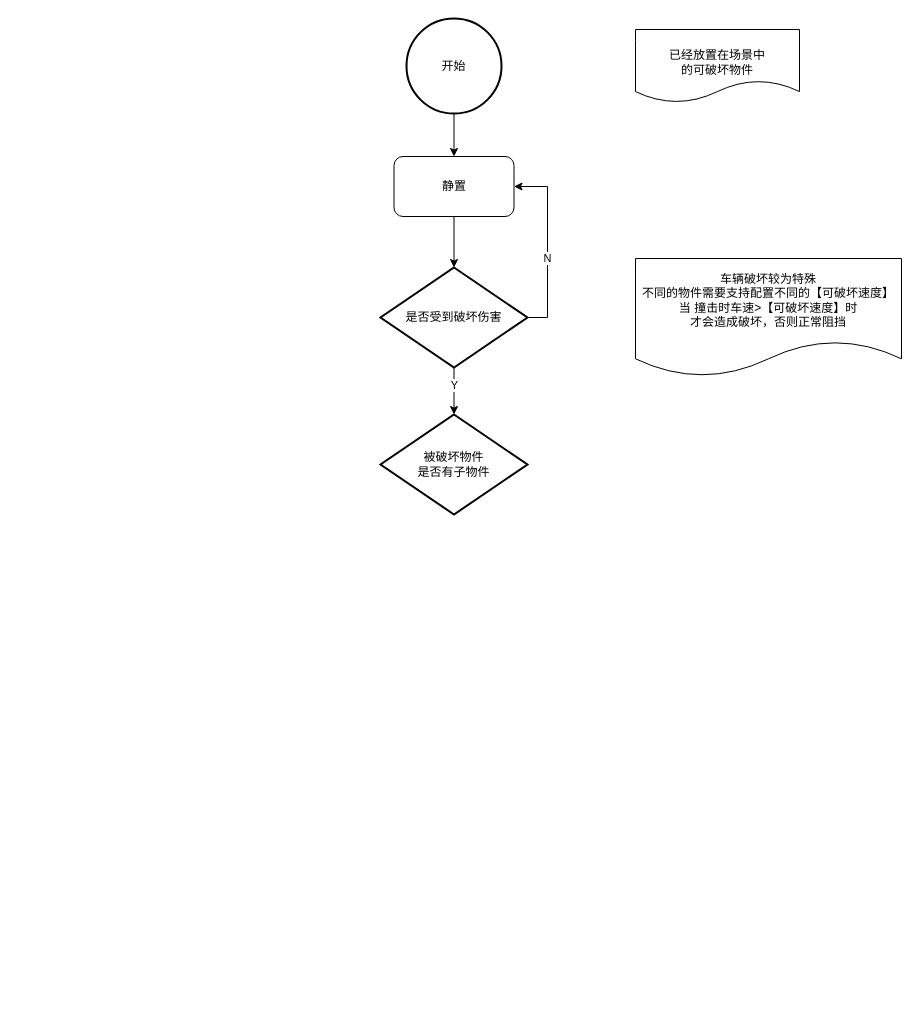
The draw.io diagram 路边可破坏物件.drawio in LittleTrain0321/15150400109Wy, before the edit. Source tidied: cells renumbered, new cells numbered last; positions are measured from the earlier drawing's top-left corner, leaving out a move shared by most shapes. Both pictures are drawn from the tidied source at 100%, with x=0, y=0 at pixel (380, 18).
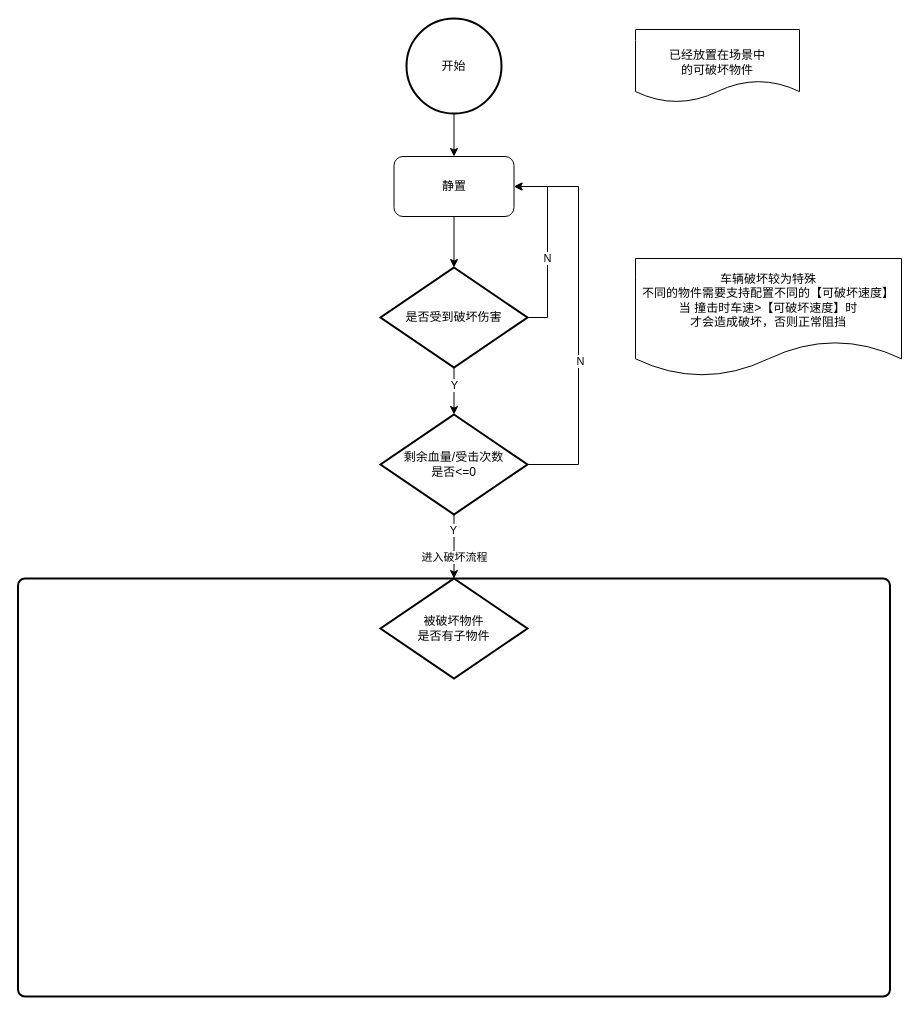
The same page after the edit.

Commit message:
更新路边可破坏物件.drawio

The change refers to these unchanged cells:
```xml
<mxCell id="7" value="静置" style="rounded=1;whiteSpace=wrap;html=1;" parent="1" vertex="1">
  <mxGeometry x="13.5" y="138" width="120" height="60" as="geometry" />
</mxCell>
```

The edit, as a diff of the source:
```diff
@@
+    <mxCell id="15" style="rounded=1;whiteSpace=wrap;html=1;absoluteArcSize=1;arcSize=14;strokeWidth=2;" parent="1" vertex="1">
+      <mxGeometry x="-362.5" y="560" width="872" height="418" as="geometry" />
+    </mxCell>
@@
+    <mxCell id="16" style="edgeStyle=orthogonalEdgeStyle;rounded=0;jettySize=auto;html=1;exitX=0.5;exitY=1;exitDx=0;exitDy=0;exitPerimeter=0;entryX=0.5;entryY=0;entryDx=0;entryDy=0;" parent="1" edge="1" source="12" target="15">
+      <mxGeometry relative="1" as="geometry" />
+    </mxCell>
+    <mxCell id="17" value="进入破坏流程" style="edgeLabel;html=1;align=center;verticalAlign=middle;" parent="16" vertex="1">
+      <mxGeometry x="-0.16" y="-1" relative="1" as="geometry">
+        <mxPoint x="1" y="15" as="offset" />
+      </mxGeometry>
+    </mxCell>
+    <mxCell id="18" value="Y" style="edgeLabel;html=1;align=center;verticalAlign=middle;" parent="16" vertex="1">
+      <mxGeometry x="-0.52" y="-1" relative="1" as="geometry" />
+    </mxCell>
+    <mxCell id="19" style="edgeStyle=orthogonalEdgeStyle;rounded=0;jettySize=auto;html=1;exitX=1;exitY=0.5;exitDx=0;exitDy=0;exitPerimeter=0;entryX=1;entryY=0.5;entryDx=0;entryDy=0;" parent="1" edge="1" source="12" target="7">
+      <mxGeometry relative="1" as="geometry">
+        <Array as="points">
+          <mxPoint x="198" y="446" />
+          <mxPoint x="198" y="168" />
+        </Array>
+      </mxGeometry>
+    </mxCell>
+    <mxCell id="20" value="N" style="edgeLabel;html=1;align=center;verticalAlign=middle;" parent="19" vertex="1">
+      <mxGeometry x="-0.21" y="-1" relative="1" as="geometry" />
+    </mxCell>
-    <mxCell id="12" value="被破坏物件&lt;div&gt;是否有子物件&lt;/div&gt;" style="strokeWidth=2;html=1;shape=mxgraph.flowchart.decision;whiteSpace=wrap;" parent="1" vertex="1">
+    <mxCell id="12" value="剩余血量/受击次数&lt;div&gt;是否&amp;lt;=0&lt;/div&gt;" style="strokeWidth=2;html=1;shape=mxgraph.flowchart.decision;whiteSpace=wrap;" parent="1" vertex="1">
       <mxGeometry y="396" width="147" height="100" as="geometry" />
     </mxCell>
@@
+    <mxCell id="21" value="被破坏物件&lt;div&gt;是否有子物件&lt;/div&gt;" style="strokeWidth=2;html=1;shape=mxgraph.flowchart.decision;whiteSpace=wrap;" parent="1" vertex="1">
+      <mxGeometry y="560" width="147" height="100" as="geometry" />
+    </mxCell>
```
